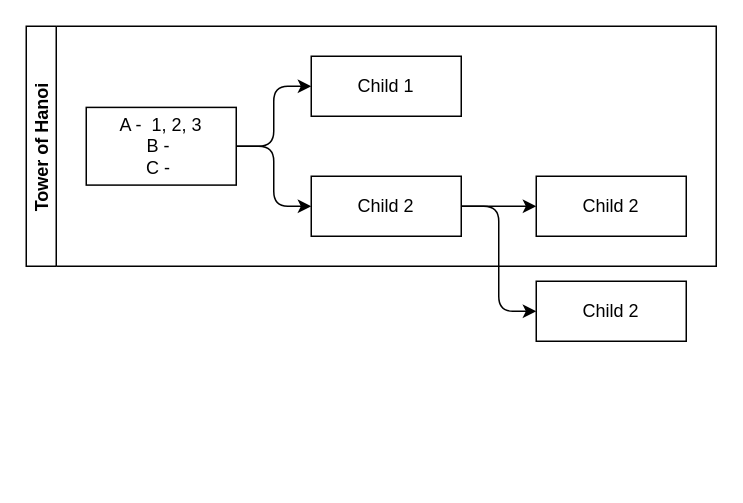
AlexBurdick/Burdick_Alex_CSCI205-Fall25 keeps this draw.io diagram as Week_6/tower_hanoi.drawio. Above is the earlier version. Source tidied: cells renumbered, new cells numbered last; positions are measured from the earlier drawing's top-left corner, leaving out a move shared by most shapes. Both pictures are drawn from the tidied source at 150%, with x=0, y=0 at pixel (26, 26).
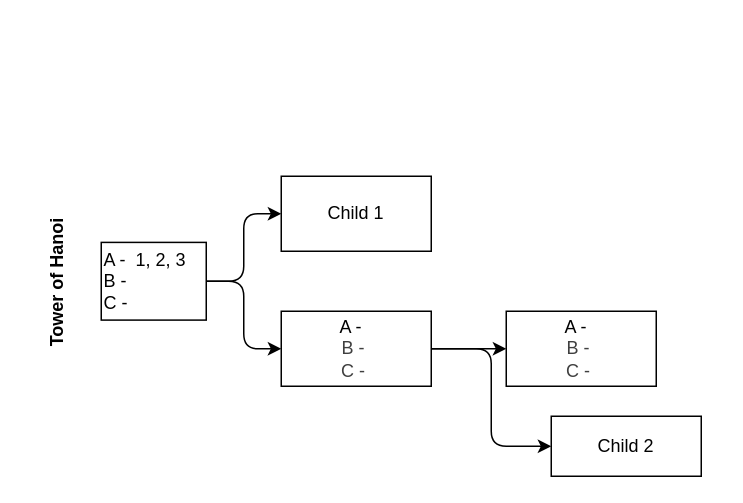
After the change.

Change to the diagram source:
```diff
@@
 <mxGraphModel>
   <root>
     <mxCell id="0" />
     <mxCell id="1" parent="0" />
-    <mxCell id="2" value="Tower of Hanoi" style="swimlane;startSize=20;horizontal=0;horizontalTree=1;sortEdges=1;containerType=tree;fontSize=12;" parent="1" vertex="1">
-      <mxGeometry width="460" height="160" as="geometry" />
+    <mxCell id="2" value="Tower of Hanoi" style="swimlane;startSize=20;horizontal=0;horizontalTree=1;sortEdges=1;containerType=tree;fontSize=12;strokeColor=none;" parent="1" vertex="1">
+      <mxGeometry x="10" y="80" width="430" height="180" as="geometry" />
     </mxCell>
-    <mxCell id="3" value="A -&amp;nbsp; 1, 2, 3&lt;div&gt;B -&amp;nbsp;&lt;/div&gt;&lt;div&gt;C -&amp;nbsp;&lt;/div&gt;" style="whiteSpace=wrap;html=1;" parent="2" vertex="1">
-      <mxGeometry x="40" y="54.1" width="100" height="51.8" as="geometry" />
+    <mxCell id="3" value="A -&amp;nbsp; 1, 2, 3&lt;div&gt;B -&amp;nbsp;&lt;/div&gt;&lt;div&gt;C -&amp;nbsp;&lt;/div&gt;" style="whiteSpace=wrap;html=1;align=left;" parent="2" vertex="1">
+      <mxGeometry x="40" y="64.1" width="70" height="51.8" as="geometry" />
     </mxCell>
     <mxCell id="4" value="Child 1" style="whiteSpace=wrap;html=1;" parent="2" vertex="1">
-      <mxGeometry x="190" y="20" width="100" height="40" as="geometry" />
+      <mxGeometry x="160" y="20" width="100" height="50" as="geometry" />
     </mxCell>
     <mxCell id="5" style="edgeStyle=elbowEdgeStyle;elbow=horizontal;html=1;rounded=1;curved=0;sourcePerimeterSpacing=0;targetPerimeterSpacing=0;startSize=6;endSize=6;" parent="2" edge="1" source="3" target="4">
       <mxGeometry relative="1" as="geometry" />
     </mxCell>
-    <mxCell id="6" value="Child 2" style="whiteSpace=wrap;html=1;" parent="2" vertex="1">
-      <mxGeometry x="190" y="100" width="100" height="40" as="geometry" />
+    <mxCell id="6" value="&lt;span style=&quot;color: rgb(0, 0, 0);&quot;&gt;A -&amp;nbsp;&amp;nbsp;&lt;/span&gt;&lt;div style=&quot;color: rgb(63, 63, 63); scrollbar-color: rgb(226, 226, 226) rgb(251, 251, 251);&quot;&gt;B -&amp;nbsp;&lt;/div&gt;&lt;div style=&quot;color: rgb(63, 63, 63); scrollbar-color: rgb(226, 226, 226) rgb(251, 251, 251);&quot;&gt;C -&amp;nbsp;&lt;/div&gt;" style="whiteSpace=wrap;html=1;" parent="2" vertex="1">
+      <mxGeometry x="160" y="110" width="100" height="50" as="geometry" />
     </mxCell>
     <mxCell id="7" style="edgeStyle=elbowEdgeStyle;elbow=horizontal;html=1;rounded=1;curved=0;sourcePerimeterSpacing=0;targetPerimeterSpacing=0;startSize=6;endSize=6;" parent="2" edge="1" source="3" target="6">
       <mxGeometry relative="1" as="geometry" />
     </mxCell>
-    <mxCell id="8" style="edgeStyle=elbowEdgeStyle;elbow=horizontal;html=1;rounded=1;curved=0;sourcePerimeterSpacing=0;targetPerimeterSpacing=0;startSize=6;endSize=6;" parent="2" edge="1" source="6" target="9">
-      <mxGeometry relative="1" as="geometry" />
-    </mxCell>
-    <mxCell id="9" value="Child 2" style="whiteSpace=wrap;html=1;" parent="2" vertex="1">
-      <mxGeometry x="340" y="100" width="100" height="40" as="geometry" />
-    </mxCell>
+    <mxCell id="12" style="edgeStyle=elbowEdgeStyle;elbow=horizontal;html=1;rounded=1;curved=0;sourcePerimeterSpacing=0;targetPerimeterSpacing=0;startSize=6;endSize=6;" parent="2" edge="1" source="6" target="13">
+      <mxGeometry relative="1" as="geometry" />
+    </mxCell>
+    <mxCell id="13" value="&lt;span style=&quot;color: rgb(0, 0, 0);&quot;&gt;A -&amp;nbsp;&amp;nbsp;&lt;/span&gt;&lt;div style=&quot;color: rgb(63, 63, 63); scrollbar-color: rgb(226, 226, 226) rgb(251, 251, 251);&quot;&gt;B -&amp;nbsp;&lt;/div&gt;&lt;div style=&quot;color: rgb(63, 63, 63); scrollbar-color: rgb(226, 226, 226) rgb(251, 251, 251);&quot;&gt;C -&amp;nbsp;&lt;/div&gt;" style="whiteSpace=wrap;html=1;" parent="2" vertex="1">
+      <mxGeometry x="310" y="110" width="100" height="50" as="geometry" />
+    </mxCell>
     <mxCell id="10" value="Child 2" style="whiteSpace=wrap;html=1;" parent="1" vertex="1">
-      <mxGeometry x="340" y="170" width="100" height="40" as="geometry" />
+      <mxGeometry x="350" y="260" width="100" height="40" as="geometry" />
     </mxCell>
     <mxCell id="11" style="edgeStyle=elbowEdgeStyle;elbow=horizontal;html=1;rounded=1;curved=0;sourcePerimeterSpacing=0;targetPerimeterSpacing=0;startSize=6;endSize=6;" parent="1" edge="1" source="6" target="10">
       <mxGeometry relative="1" as="geometry" />
     </mxCell>
   </root>
 </mxGraphModel>
```
